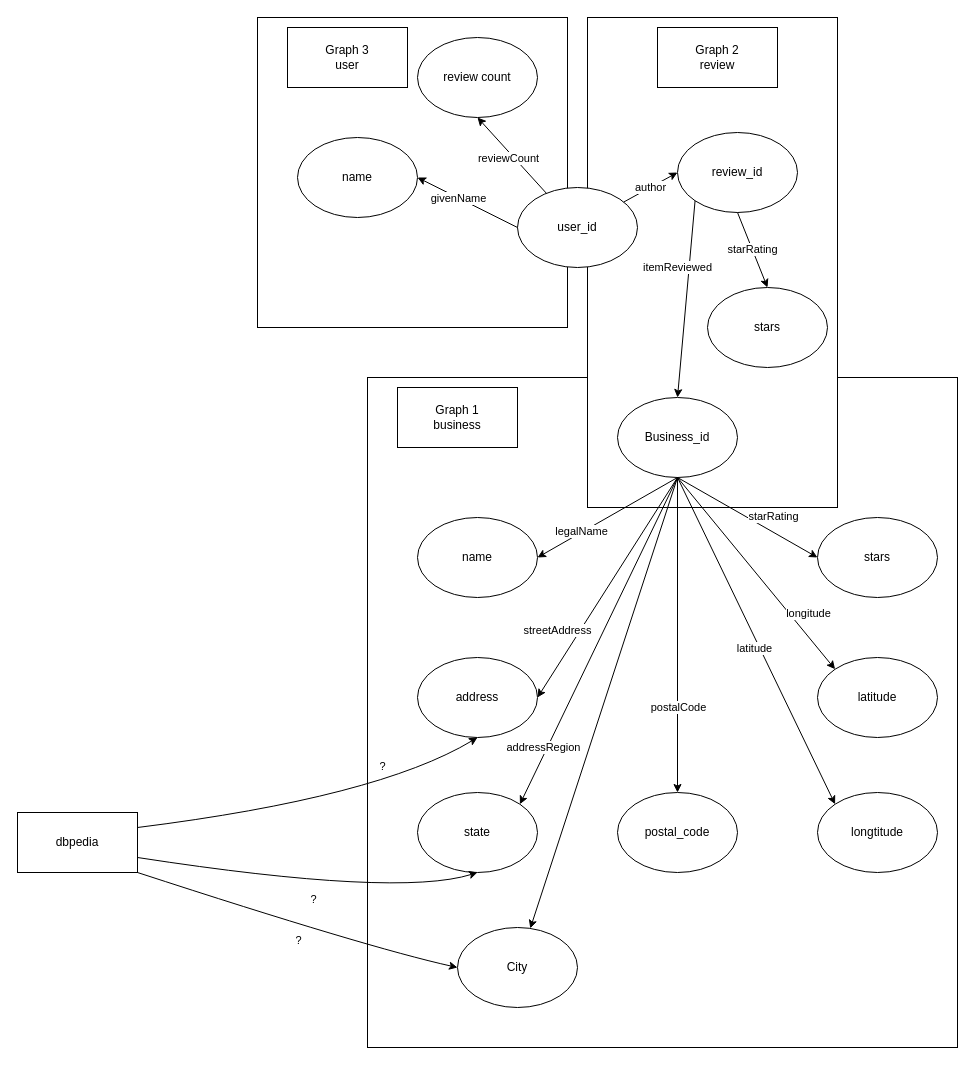
The draw.io diagram schema mapping/update-21-03.drawio in AAU-WebDataScience/F22-DV4-03, before the edit. Source tidied: cells renumbered, new cells numbered last; positions are measured from the earlier drawing's top-left corner, leaving out a move shared by most shapes. Both pictures are drawn from the tidied source at 100%, with x=0, y=0 at pixel (17, 17).
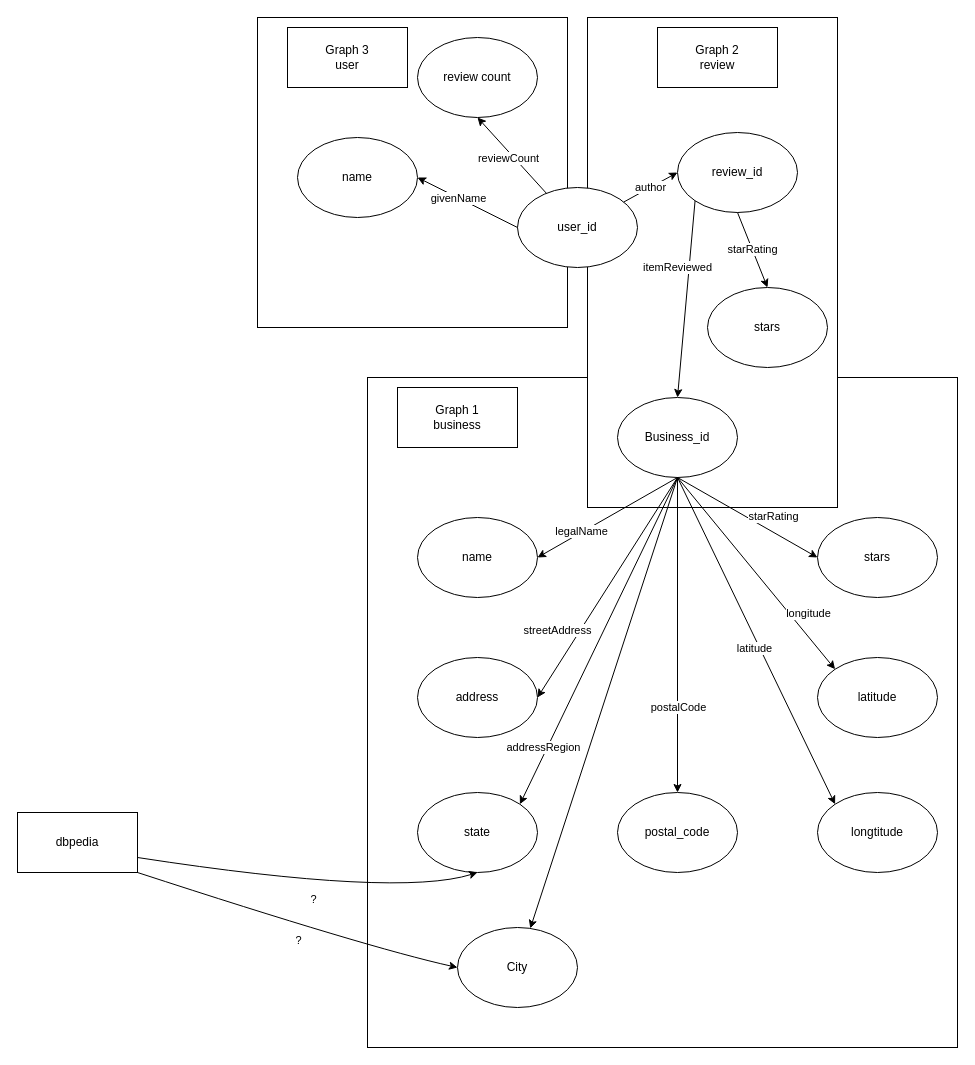
Above is the later version.

Unchanged cells that the change refers to:
```xml
<mxCell id="8" value="address" style="ellipse;whiteSpace=wrap;html=1;" parent="1" vertex="1">
  <mxGeometry x="400" y="640" width="120" height="80" as="geometry" />
</mxCell>
<mxCell id="38" value="dbpedia" style="rounded=0;whiteSpace=wrap;html=1;" parent="1" vertex="1">
  <mxGeometry y="795" width="120" height="60" as="geometry" />
</mxCell>
```

What changed in the source:
```diff
@@
-    <mxCell id="40" value="?" style="curved=1;endArrow=classic;html=1;rounded=0;entryX=0.5;entryY=1;entryDx=0;entryDy=0;exitX=1;exitY=0.25;exitDx=0;exitDy=0;" parent="1" edge="1" source="38" target="8">
-      <mxGeometry x="0.47" y="25" relative="1" as="geometry">
-        <Array as="points">
-          <mxPoint x="360" y="780" />
-        </Array>
-        <mxPoint y="1" as="offset" />
-      </mxGeometry>
-    </mxCell>
```
